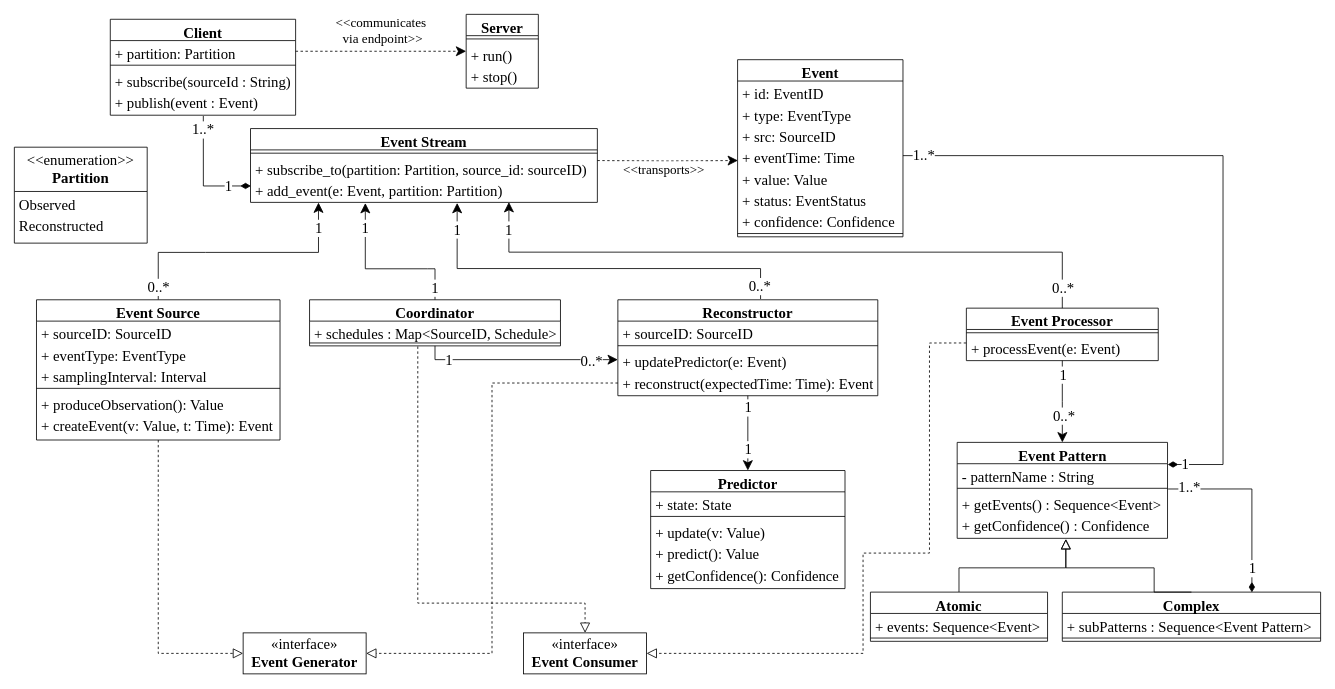
Above: docs/Diagrams/UML Model.drawio in faith176/sots_kalman_filters (draw.io), before the change. Source tidied: cells renumbered, new cells numbered last; positions are measured from the earlier drawing's top-left corner, leaving out a move shared by most shapes. Both pictures are drawn from the tidied source at 82%, with x=0, y=0 at pixel (14, 14).
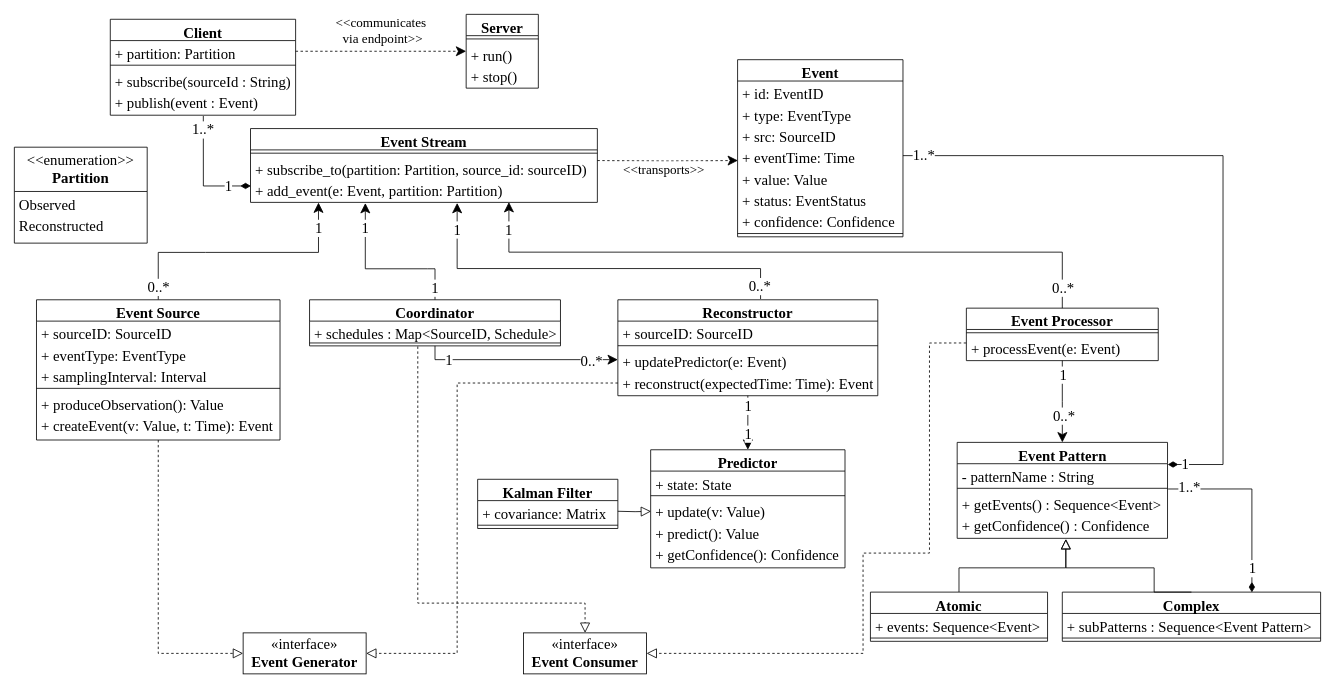
Above is the later version.

The change refers to these unchanged cells:
```xml
<mxCell id="18" value="&lt;span&gt;+ update(v: Value)&lt;/span&gt;" style="text;strokeColor=none;fillColor=none;align=left;verticalAlign=top;spacingLeft=4;spacingRight=4;overflow=hidden;points=[[0,0.5],[1,0.5]];portConstraint=eastwest;whiteSpace=wrap;html=1;fontFamily=Times New Roman;fontSize=18;" parent="15" vertex="1">
  <mxGeometry y="60" width="237" height="26" as="geometry" />
</mxCell>
<mxCell id="31" value="&lt;span&gt;+ reconstruct(expectedTime: Time): Event&lt;/span&gt;" style="text;strokeColor=none;fillColor=none;align=left;verticalAlign=top;spacingLeft=4;spacingRight=4;overflow=hidden;points=[[0,0.5],[1,0.5]];portConstraint=eastwest;whiteSpace=wrap;html=1;fontFamily=Times New Roman;fontSize=18;" parent="27" vertex="1">
  <mxGeometry y="86" width="317" height="31" as="geometry" />
</mxCell>
<mxCell id="87" value="«interface»&lt;br&gt;&lt;b&gt;Event Generator&lt;/b&gt;" style="html=1;whiteSpace=wrap;fontFamily=Times New Roman;fontSize=18;" parent="1" vertex="1">
  <mxGeometry x="279" y="754.3" width="150" height="50" as="geometry" />
</mxCell>
```

What changed in the source:
```diff
@@
     <mxCell id="15" value="Predictor" style="swimlane;fontStyle=1;align=center;verticalAlign=top;horizontal=1;startSize=26;whiteSpace=wrap;html=1;fontFamily=Times New Roman;fontSize=18;" parent="1" vertex="1">
-      <mxGeometry x="776" y="556.3" width="237" height="144" as="geometry" />
+      <mxGeometry x="776" y="531" width="237" height="144" as="geometry" />
     </mxCell>
@@
     <mxCell id="94" style="edgeStyle=orthogonalEdgeStyle;rounded=0;jettySize=auto;html=1;exitX=0;exitY=0.5;exitDx=0;exitDy=0;entryX=1;entryY=0.5;entryDx=0;entryDy=0;dashed=1;endArrow=block;endFill=0;fontFamily=Times New Roman;fontSize=18;endSize=10;" parent="1" edge="1" source="31" target="87">
-      <mxGeometry relative="1" as="geometry" />
+      <mxGeometry relative="1" as="geometry">
+        <Array as="points">
+          <mxPoint x="540" y="450" />
+          <mxPoint x="540" y="779" />
+        </Array>
+      </mxGeometry>
     </mxCell>
@@
+    <mxCell id="104" value="Kalman Filter" style="swimlane;fontStyle=1;align=center;verticalAlign=top;horizontal=1;startSize=26;whiteSpace=wrap;html=1;fontFamily=Times New Roman;fontSize=18;" parent="1" vertex="1">
+      <mxGeometry x="565" y="567" width="171" height="60" as="geometry" />
+    </mxCell>
+    <mxCell id="105" value="+ covariance: Matrix" style="text;strokeColor=none;fillColor=none;align=left;verticalAlign=top;spacingLeft=4;spacingRight=4;overflow=hidden;whiteSpace=wrap;html=1;fontFamily=Times New Roman;fontSize=18;" parent="104" vertex="1">
+      <mxGeometry y="26" width="171" height="26" as="geometry" />
+    </mxCell>
+    <mxCell id="106" style="line;strokeWidth=1;fillColor=none;align=left;verticalAlign=middle;spacingTop=-1;spacingLeft=3;spacingRight=3;labelPosition=right;strokeColor=inherit;fontFamily=Times New Roman;fontSize=18;" parent="104" vertex="1">
+      <mxGeometry y="52" width="171" height="8" as="geometry" />
+    </mxCell>
+    <mxCell id="107" style="edgeStyle=orthogonalEdgeStyle;rounded=0;jettySize=auto;html=1;exitX=1;exitY=0.5;exitDx=0;exitDy=0;entryX=0.002;entryY=0.581;entryDx=0;entryDy=0;entryPerimeter=0;endArrow=block;endFill=0;endSize=10;" parent="1" edge="1" target="18">
+      <mxGeometry relative="1" as="geometry">
+        <mxPoint x="736" y="606" as="sourcePoint" />
+      </mxGeometry>
+    </mxCell>
```
